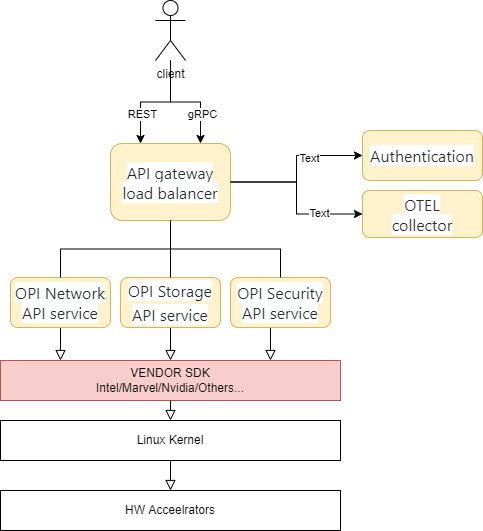
Before: doc/minutes/images/API-GW-Layers.png, a diagram exported from draw.io (tedstreete/opi-api). Source tidied: cells renumbered, new cells last; positions are measured from the earlier drawing's top-left corner, leaving out a move shared by most shapes. Source of this version:
```xml
<mxGraphModel>
  <root>
    <mxCell id="0" />
    <mxCell id="1" parent="0" />
    <mxCell id="2" style="rounded=0;html=1;jettySize=auto;fontSize=11;endArrow=block;endFill=0;endSize=8;strokeWidth=1;shadow=0;labelBackgroundColor=none;edgeStyle=orthogonalEdgeStyle;startArrow=none;" parent="1" edge="1" source="6">
      <mxGeometry relative="1" as="geometry">
        <mxPoint x="60" y="360" as="targetPoint" />
      </mxGeometry>
    </mxCell>
    <mxCell id="3" style="edgeStyle=orthogonalEdgeStyle;rounded=0;jettySize=auto;html=1;entryX=0;entryY=0.5;entryDx=0;entryDy=0;" parent="1" edge="1" source="5" target="15">
      <mxGeometry relative="1" as="geometry" />
    </mxCell>
    <mxCell id="4" value="Text" style="edgeLabel;html=1;align=center;verticalAlign=middle;" parent="3" vertex="1">
      <mxGeometry x="0.46" y="1" relative="1" as="geometry" />
    </mxCell>
    <mxCell id="5" value="&lt;span style=&quot;color: rgb(36, 41, 47); font-family: -apple-system, BlinkMacSystemFont, &amp;quot;Segoe UI&amp;quot;, Helvetica, Arial, sans-serif, &amp;quot;Apple Color Emoji&amp;quot;, &amp;quot;Segoe UI Emoji&amp;quot;; font-size: 16px; text-align: left; background-color: rgb(255, 255, 255);&quot;&gt;API gateway&lt;br&gt;load balancer&lt;br&gt;&lt;/span&gt;" style="rounded=1;whiteSpace=wrap;html=1;fontSize=12;glass=0;strokeWidth=1;shadow=0;fillColor=#fff2cc;strokeColor=#d6b656;" parent="1" vertex="1">
      <mxGeometry x="110" y="143" width="120" height="77" as="geometry" />
    </mxCell>
    <mxCell id="6" value="&lt;span style=&quot;color: rgb(36, 41, 47); font-family: -apple-system, BlinkMacSystemFont, &amp;quot;Segoe UI&amp;quot;, Helvetica, Arial, sans-serif, &amp;quot;Apple Color Emoji&amp;quot;, &amp;quot;Segoe UI Emoji&amp;quot;; font-size: 16px; text-align: left; background-color: rgb(255, 255, 255);&quot;&gt;OPI Network&lt;br&gt;API service&lt;br&gt;&lt;/span&gt;" style="rounded=1;whiteSpace=wrap;html=1;fontSize=12;glass=0;strokeWidth=1;shadow=0;fillColor=#fff2cc;strokeColor=#d6b656;" parent="1" vertex="1">
      <mxGeometry x="10" y="277" width="100" height="50" as="geometry" />
    </mxCell>
    <mxCell id="7" style="rounded=0;html=1;jettySize=auto;fontSize=11;endArrow=none;endFill=0;endSize=8;strokeWidth=1;shadow=0;labelBackgroundColor=none;edgeStyle=orthogonalEdgeStyle;" parent="1" edge="1" source="5" target="6">
      <mxGeometry relative="1" as="geometry" />
    </mxCell>
    <mxCell id="8" value="client" style="shape=umlActor;verticalLabelPosition=bottom;verticalAlign=top;html=1;outlineConnect=0;" parent="1" vertex="1">
      <mxGeometry x="155" width="30" height="60" as="geometry" />
    </mxCell>
    <mxCell id="9" style="rounded=0;html=1;jettySize=auto;fontSize=11;endArrow=block;endFill=0;endSize=8;strokeWidth=1;shadow=0;labelBackgroundColor=none;edgeStyle=orthogonalEdgeStyle;startArrow=none;exitX=0.372;exitY=0.92;exitDx=0;exitDy=0;exitPerimeter=0;" parent="1" edge="1" source="10">
      <mxGeometry relative="1" as="geometry">
        <mxPoint x="270" y="360" as="targetPoint" />
        <Array as="points">
          <mxPoint x="270" y="323" />
        </Array>
      </mxGeometry>
    </mxCell>
    <mxCell id="10" value="&lt;span style=&quot;color: rgb(36, 41, 47); font-family: -apple-system, BlinkMacSystemFont, &amp;quot;Segoe UI&amp;quot;, Helvetica, Arial, sans-serif, &amp;quot;Apple Color Emoji&amp;quot;, &amp;quot;Segoe UI Emoji&amp;quot;; font-size: 16px; text-align: left; background-color: rgb(255, 255, 255);&quot;&gt;OPI Security&lt;br&gt;API&amp;nbsp;&lt;/span&gt;&lt;span style=&quot;color: rgb(36, 41, 47); font-family: -apple-system, BlinkMacSystemFont, &amp;quot;Segoe UI&amp;quot;, Helvetica, Arial, sans-serif, &amp;quot;Apple Color Emoji&amp;quot;, &amp;quot;Segoe UI Emoji&amp;quot;; font-size: 16px; text-align: left; background-color: rgb(255, 255, 255);&quot;&gt;service&lt;/span&gt;&lt;span style=&quot;color: rgb(36, 41, 47); font-family: -apple-system, BlinkMacSystemFont, &amp;quot;Segoe UI&amp;quot;, Helvetica, Arial, sans-serif, &amp;quot;Apple Color Emoji&amp;quot;, &amp;quot;Segoe UI Emoji&amp;quot;; font-size: 16px; text-align: left; background-color: rgb(255, 255, 255);&quot;&gt;&lt;br&gt;&lt;/span&gt;" style="rounded=1;whiteSpace=wrap;html=1;fontSize=12;glass=0;strokeWidth=1;shadow=0;fillColor=#fff2cc;strokeColor=#d6b656;" parent="1" vertex="1">
      <mxGeometry x="230" y="277" width="100" height="50" as="geometry" />
    </mxCell>
    <mxCell id="11" style="rounded=0;html=1;jettySize=auto;fontSize=11;endArrow=none;endFill=0;endSize=8;strokeWidth=1;shadow=0;labelBackgroundColor=none;edgeStyle=orthogonalEdgeStyle;exitX=0.5;exitY=1;exitDx=0;exitDy=0;" parent="1" edge="1" source="5" target="10">
      <mxGeometry relative="1" as="geometry" />
    </mxCell>
    <mxCell id="12" style="rounded=0;html=1;jettySize=auto;fontSize=11;endArrow=block;endFill=0;endSize=8;strokeWidth=1;shadow=0;labelBackgroundColor=none;edgeStyle=orthogonalEdgeStyle;startArrow=none;exitX=0.5;exitY=1;exitDx=0;exitDy=0;" parent="1" edge="1" source="13">
      <mxGeometry relative="1" as="geometry">
        <mxPoint x="170" y="360" as="targetPoint" />
      </mxGeometry>
    </mxCell>
    <mxCell id="13" value="&lt;span style=&quot;color: rgb(36, 41, 47); font-family: -apple-system, BlinkMacSystemFont, &amp;quot;Segoe UI&amp;quot;, Helvetica, Arial, sans-serif, &amp;quot;Apple Color Emoji&amp;quot;, &amp;quot;Segoe UI Emoji&amp;quot;; font-size: 16px; text-align: left; background-color: rgb(255, 255, 255);&quot;&gt;OPI Storage&lt;/span&gt;&lt;br style=&quot;color: rgb(36, 41, 47); font-family: -apple-system, BlinkMacSystemFont, &amp;quot;Segoe UI&amp;quot;, Helvetica, Arial, sans-serif, &amp;quot;Apple Color Emoji&amp;quot;, &amp;quot;Segoe UI Emoji&amp;quot;; font-size: 16px; text-align: left;&quot;&gt;&lt;span style=&quot;color: rgb(36, 41, 47); font-family: -apple-system, BlinkMacSystemFont, &amp;quot;Segoe UI&amp;quot;, Helvetica, Arial, sans-serif, &amp;quot;Apple Color Emoji&amp;quot;, &amp;quot;Segoe UI Emoji&amp;quot;; font-size: 16px; text-align: left; background-color: rgb(255, 255, 255);&quot;&gt;API&amp;nbsp;&lt;/span&gt;&lt;span style=&quot;color: rgb(36, 41, 47); font-family: -apple-system, BlinkMacSystemFont, &amp;quot;Segoe UI&amp;quot;, Helvetica, Arial, sans-serif, &amp;quot;Apple Color Emoji&amp;quot;, &amp;quot;Segoe UI Emoji&amp;quot;; font-size: 16px; text-align: left; background-color: rgb(255, 255, 255);&quot;&gt;service&lt;/span&gt;" style="rounded=1;whiteSpace=wrap;html=1;fontSize=12;glass=0;strokeWidth=1;shadow=0;fillColor=#fff2cc;strokeColor=#d6b656;" parent="1" vertex="1">
      <mxGeometry x="120" y="277" width="100" height="50" as="geometry" />
    </mxCell>
    <mxCell id="14" style="rounded=0;html=1;jettySize=auto;fontSize=11;endArrow=none;endFill=0;endSize=8;strokeWidth=1;shadow=0;labelBackgroundColor=none;edgeStyle=orthogonalEdgeStyle;exitX=0.5;exitY=1;exitDx=0;exitDy=0;" parent="1" edge="1" source="5" target="13">
      <mxGeometry relative="1" as="geometry" />
    </mxCell>
    <mxCell id="15" value="&lt;span style=&quot;color: rgb(36, 41, 47); font-family: -apple-system, BlinkMacSystemFont, &amp;quot;Segoe UI&amp;quot;, Helvetica, Arial, sans-serif, &amp;quot;Apple Color Emoji&amp;quot;, &amp;quot;Segoe UI Emoji&amp;quot;; font-size: 16px; text-align: left; background-color: rgb(255, 255, 255);&quot;&gt;OTEL&lt;br&gt;collector&lt;br&gt;&lt;/span&gt;" style="rounded=1;whiteSpace=wrap;html=1;fontSize=12;glass=0;strokeWidth=1;shadow=0;fillColor=#fff2cc;strokeColor=#d6b656;gradientColor=none;" parent="1" vertex="1">
      <mxGeometry x="362" y="190" width="120" height="47" as="geometry" />
    </mxCell>
    <mxCell id="16" value="&lt;span style=&quot;color: rgb(36, 41, 47); font-family: -apple-system, BlinkMacSystemFont, &amp;quot;Segoe UI&amp;quot;, Helvetica, Arial, sans-serif, &amp;quot;Apple Color Emoji&amp;quot;, &amp;quot;Segoe UI Emoji&amp;quot;; font-size: 16px; text-align: left; background-color: rgb(255, 255, 255);&quot;&gt;Authentication&lt;br&gt;&lt;/span&gt;" style="rounded=1;whiteSpace=wrap;html=1;fontSize=12;glass=0;strokeWidth=1;shadow=0;fillColor=#fff2cc;strokeColor=#d6b656;" parent="1" vertex="1">
      <mxGeometry x="362" y="130" width="120" height="50" as="geometry" />
    </mxCell>
    <mxCell id="17" style="edgeStyle=orthogonalEdgeStyle;rounded=0;jettySize=auto;html=1;entryX=0;entryY=0.5;entryDx=0;entryDy=0;exitX=1;exitY=0.5;exitDx=0;exitDy=0;" parent="1" edge="1" source="5" target="16">
      <mxGeometry relative="1" as="geometry" />
    </mxCell>
    <mxCell id="18" value="Text" style="edgeLabel;html=1;align=center;verticalAlign=middle;" parent="17" vertex="1">
      <mxGeometry x="0.33" y="-2" relative="1" as="geometry" />
    </mxCell>
    <mxCell id="19" style="edgeStyle=orthogonalEdgeStyle;rounded=0;jettySize=auto;html=1;entryX=0.25;entryY=0;entryDx=0;entryDy=0;" parent="1" edge="1" source="8" target="5">
      <mxGeometry relative="1" as="geometry" />
    </mxCell>
    <mxCell id="20" value="REST" style="edgeLabel;html=1;align=center;verticalAlign=middle;" parent="19" vertex="1">
      <mxGeometry x="0.46" y="1" relative="1" as="geometry" />
    </mxCell>
    <mxCell id="21" style="edgeStyle=orthogonalEdgeStyle;rounded=0;jettySize=auto;html=1;entryX=0.75;entryY=0;entryDx=0;entryDy=0;" parent="1" edge="1" source="8" target="5">
      <mxGeometry relative="1" as="geometry" />
    </mxCell>
    <mxCell id="22" value="gRPC" style="edgeLabel;html=1;align=center;verticalAlign=middle;" parent="21" vertex="1">
      <mxGeometry x="0.46" y="1" relative="1" as="geometry" />
    </mxCell>
    <mxCell id="23" value="VENDOR SDK&lt;br&gt;Intel/Marvel/Nvidia/Others..." style="rounded=0;whiteSpace=wrap;html=1;fillColor=#f8cecc;strokeColor=#b85450;" parent="1" vertex="1">
      <mxGeometry y="360" width="340" height="40" as="geometry" />
    </mxCell>
    <mxCell id="24" value="Linux Kernel" style="rounded=0;whiteSpace=wrap;html=1;" parent="1" vertex="1">
      <mxGeometry y="420" width="340" height="40" as="geometry" />
    </mxCell>
    <mxCell id="25" style="rounded=0;html=1;jettySize=auto;fontSize=11;endArrow=block;endFill=0;endSize=8;strokeWidth=1;shadow=0;labelBackgroundColor=none;edgeStyle=orthogonalEdgeStyle;startArrow=none;exitX=0.5;exitY=1;exitDx=0;exitDy=0;entryX=0.5;entryY=0;entryDx=0;entryDy=0;" parent="1" edge="1" source="23" target="24">
      <mxGeometry relative="1" as="geometry" />
    </mxCell>
    <mxCell id="26" value="HW Acceelrators" style="rounded=0;whiteSpace=wrap;html=1;" parent="1" vertex="1">
      <mxGeometry y="490" width="340" height="40" as="geometry" />
    </mxCell>
    <mxCell id="27" style="rounded=0;html=1;jettySize=auto;fontSize=11;endArrow=block;endFill=0;endSize=8;strokeWidth=1;shadow=0;labelBackgroundColor=none;edgeStyle=orthogonalEdgeStyle;startArrow=none;" parent="1" edge="1" source="24" target="26">
      <mxGeometry relative="1" as="geometry" />
    </mxCell>
  </root>
</mxGraphModel>
```
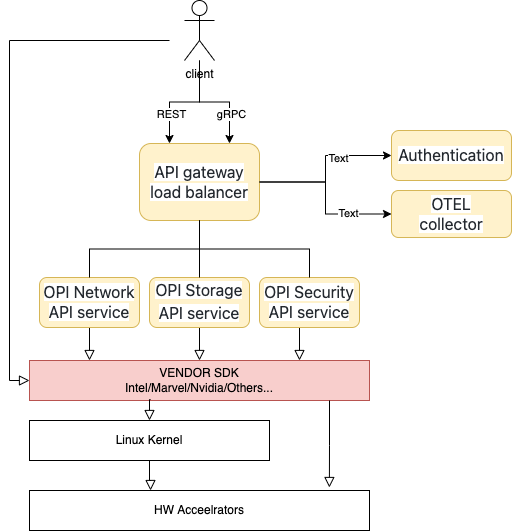
The same file after the commit.

The edit, as a diff of the source:
```diff
@@ -78,16 +78,32 @@
       <mxGeometry y="360" width="340" height="40" as="geometry" />
     </mxCell>
     <mxCell id="24" value="Linux Kernel" style="rounded=0;whiteSpace=wrap;html=1;" parent="1" vertex="1">
-      <mxGeometry y="420" width="340" height="40" as="geometry" />
+      <mxGeometry y="420" width="240" height="40" as="geometry" />
     </mxCell>
-    <mxCell id="25" style="rounded=0;html=1;jettySize=auto;fontSize=11;endArrow=block;endFill=0;endSize=8;strokeWidth=1;shadow=0;labelBackgroundColor=none;edgeStyle=orthogonalEdgeStyle;startArrow=none;exitX=0.5;exitY=1;exitDx=0;exitDy=0;entryX=0.5;entryY=0;entryDx=0;entryDy=0;" parent="1" edge="1" source="23" target="24">
+    <mxCell id="25" style="rounded=0;html=1;jettySize=auto;fontSize=11;endArrow=block;endFill=0;endSize=8;strokeWidth=1;shadow=0;labelBackgroundColor=none;edgeStyle=orthogonalEdgeStyle;startArrow=none;exitX=0.356;exitY=0.975;exitDx=0;exitDy=0;entryX=0.5;entryY=0;entryDx=0;entryDy=0;exitPerimeter=0;" parent="1" edge="1" source="23" target="24">
       <mxGeometry relative="1" as="geometry" />
     </mxCell>
     <mxCell id="26" value="HW Acceelrators" style="rounded=0;whiteSpace=wrap;html=1;" parent="1" vertex="1">
       <mxGeometry y="490" width="340" height="40" as="geometry" />
     </mxCell>
-    <mxCell id="27" style="rounded=0;html=1;jettySize=auto;fontSize=11;endArrow=block;endFill=0;endSize=8;strokeWidth=1;shadow=0;labelBackgroundColor=none;edgeStyle=orthogonalEdgeStyle;startArrow=none;" parent="1" edge="1" source="24" target="26">
+    <mxCell id="27" style="rounded=0;html=1;jettySize=auto;fontSize=11;endArrow=block;endFill=0;endSize=8;strokeWidth=1;shadow=0;labelBackgroundColor=none;edgeStyle=orthogonalEdgeStyle;startArrow=none;entryX=0.356;entryY=0;entryDx=0;entryDy=0;entryPerimeter=0;" parent="1" edge="1" source="24" target="26">
       <mxGeometry relative="1" as="geometry" />
     </mxCell>
+    <mxCell id="28" style="rounded=0;html=1;jettySize=auto;fontSize=11;endArrow=block;endFill=0;endSize=8;strokeWidth=1;shadow=0;labelBackgroundColor=none;edgeStyle=orthogonalEdgeStyle;startArrow=none;entryX=0.882;entryY=-0.075;entryDx=0;entryDy=0;entryPerimeter=0;" parent="1" edge="1" target="26">
+      <mxGeometry relative="1" as="geometry">
+        <mxPoint x="300" y="400" as="sourcePoint" />
+      </mxGeometry>
+    </mxCell>
+    <mxCell id="29" style="rounded=0;html=1;jettySize=auto;orthogonalLoop=1;fontSize=11;endArrow=block;endFill=0;endSize=8;strokeWidth=1;shadow=0;labelBackgroundColor=none;edgeStyle=orthogonalEdgeStyle;startArrow=none;" parent="1" edge="1">
+      <mxGeometry relative="1" as="geometry">
+        <mxPoint x="140" y="40" as="sourcePoint" />
+        <mxPoint y="380" as="targetPoint" />
+        <Array as="points">
+          <mxPoint x="-20" y="40" />
+          <mxPoint x="-20" y="380" />
+          <mxPoint y="380" />
+        </Array>
+      </mxGeometry>
+    </mxCell>
   </root>
 </mxGraphModel>
```
